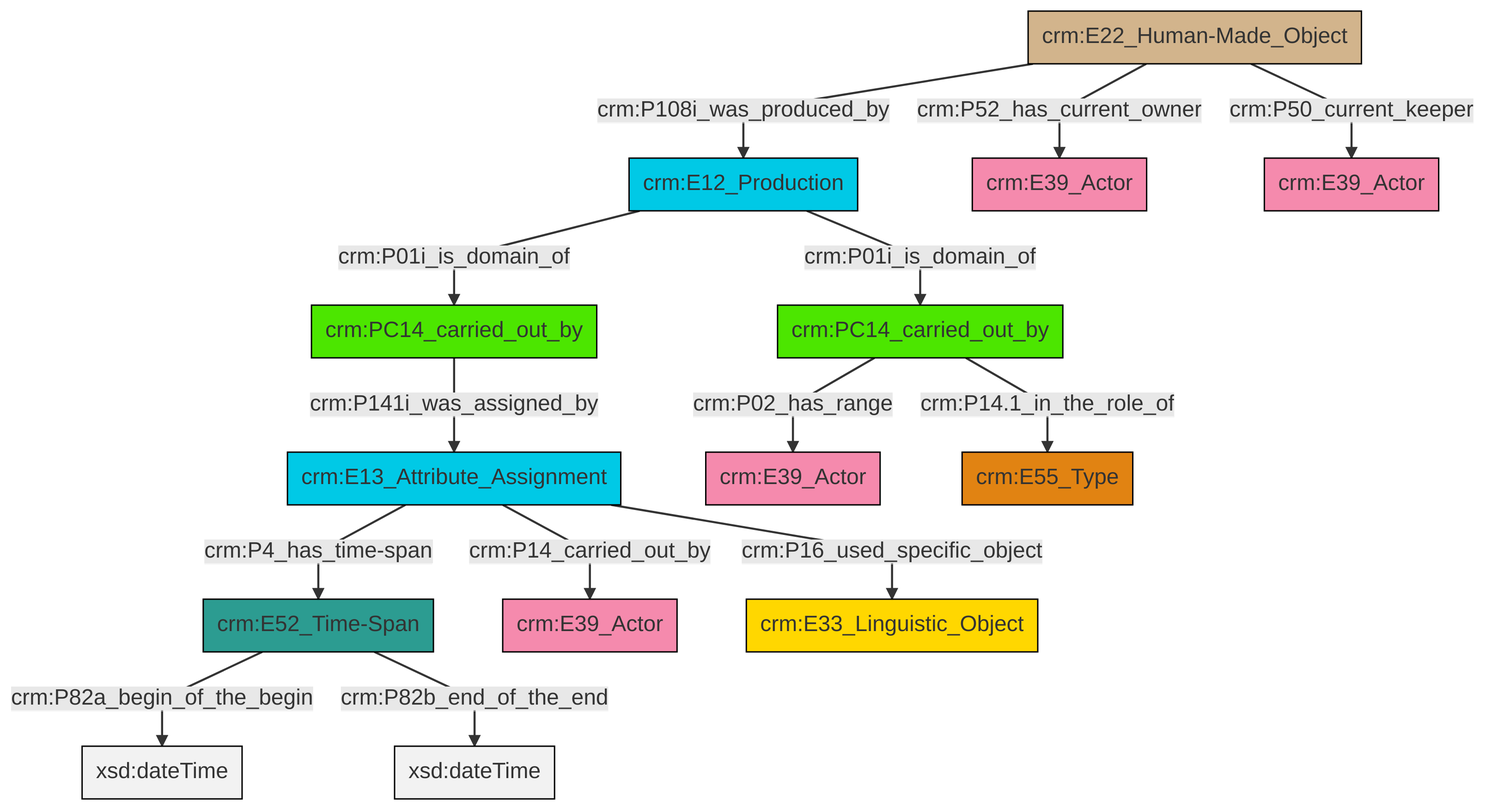
This is et/carrierCSV/ttl/mmd/png/carrier_relations.png from swiss-art-research-net/docs.swissartresearch, a Mermaid export, as it was before one commit. Its source is kept beside it as et/carrierCSV/ttl/mmd/carrier_relations.ttl.mmd.
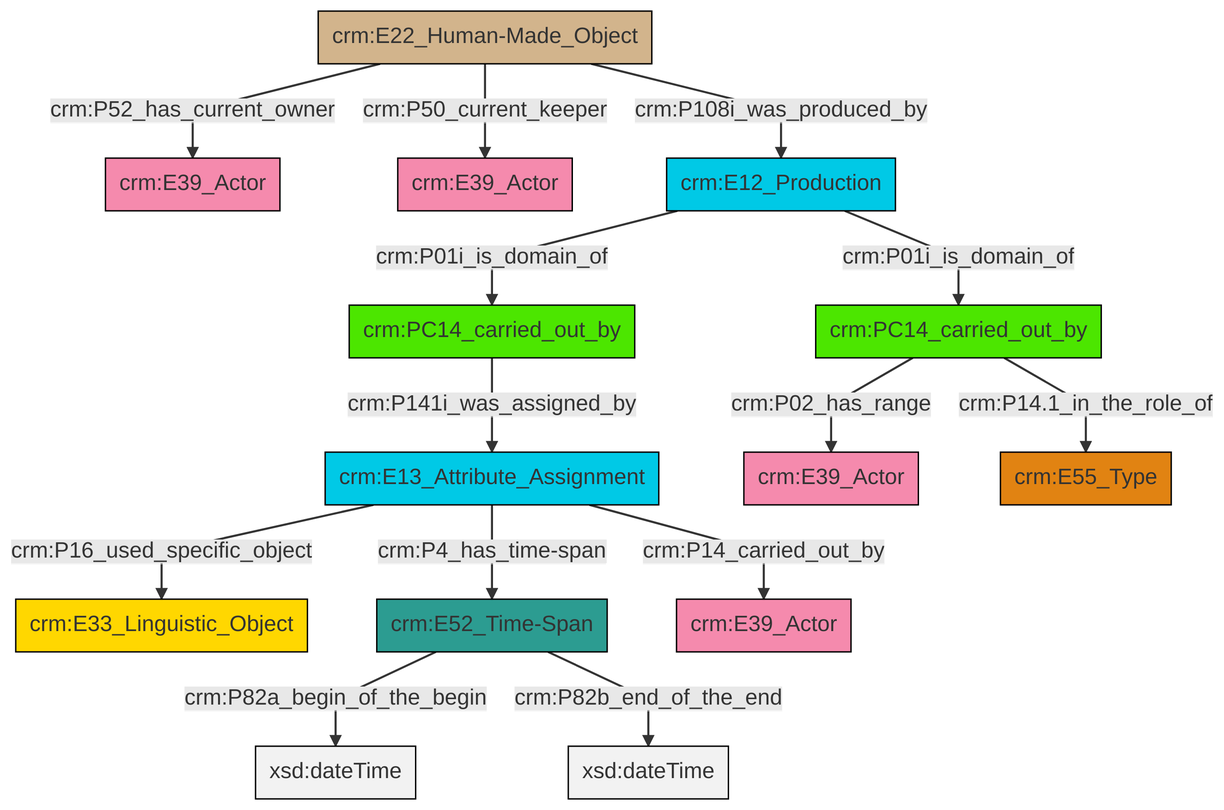
Later version of the same file.

Diff of the diagram source:
```diff
@@ -13,16 +13,16 @@
 classDef PC_Classes fill:#4ce600, stroke:#000000;
 classDef Multi fill:#cccccc,stroke:#000000;
 
-0["crm:PC14_carried_out_by"]:::PC_Classes -->|crm:P141i_was_assigned_by| 1["crm:E13_Attribute_Assignment"]:::Temporal_Entity
-1["crm:E13_Attribute_Assignment"]:::Temporal_Entity -->|crm:P4_has_time-span| 6["crm:E52_Time-Span"]:::Time-Span
-7["crm:E12_Production"]:::Temporal_Entity -->|crm:P01i_is_domain_of| 0["crm:PC14_carried_out_by"]:::PC_Classes
-6["crm:E52_Time-Span"]:::Time-Span -->|crm:P82a_begin_of_the_begin| 11[xsd:dateTime]:::Literal
-12["crm:PC14_carried_out_by"]:::PC_Classes -->|crm:P02_has_range| 3["crm:E39_Actor"]:::Actor
-13["crm:E22_Human-Made_Object"]:::Physical_Thing -->|crm:P108i_was_produced_by| 7["crm:E12_Production"]:::Temporal_Entity
-1["crm:E13_Attribute_Assignment"]:::Temporal_Entity -->|crm:P14_carried_out_by| 9["crm:E39_Actor"]:::Actor
-12["crm:PC14_carried_out_by"]:::PC_Classes -->|crm:P14.1_in_the_role_of| 16["crm:E55_Type"]:::Type
-6["crm:E52_Time-Span"]:::Time-Span -->|crm:P82b_end_of_the_end| 18[xsd:dateTime]:::Literal
-7["crm:E12_Production"]:::Temporal_Entity -->|crm:P01i_is_domain_of| 12["crm:PC14_carried_out_by"]:::PC_Classes
-13["crm:E22_Human-Made_Object"]:::Physical_Thing -->|crm:P52_has_current_owner| 19["crm:E39_Actor"]:::Actor
-1["crm:E13_Attribute_Assignment"]:::Temporal_Entity -->|crm:P16_used_specific_object| 14["crm:E33_Linguistic_Object"]:::Conceptual_Object
-13["crm:E22_Human-Made_Object"]:::Physical_Thing -->|crm:P50_current_keeper| 22["crm:E39_Actor"]:::Actor
+0["crm:E12_Production"]:::Temporal_Entity -->|crm:P01i_is_domain_of| 1["crm:PC14_carried_out_by"]:::PC_Classes
+2["crm:PC14_carried_out_by"]:::PC_Classes -->|crm:P02_has_range| 3["crm:E39_Actor"]:::Actor
+6["crm:E22_Human-Made_Object"]:::Physical_Thing -->|crm:P52_has_current_owner| 7["crm:E39_Actor"]:::Actor
+6["crm:E22_Human-Made_Object"]:::Physical_Thing -->|crm:P50_current_keeper| 8["crm:E39_Actor"]:::Actor
+6["crm:E22_Human-Made_Object"]:::Physical_Thing -->|crm:P108i_was_produced_by| 0["crm:E12_Production"]:::Temporal_Entity
+9["crm:E52_Time-Span"]:::Time-Span -->|crm:P82a_begin_of_the_begin| 10[xsd:dateTime]:::Literal
+4["crm:E13_Attribute_Assignment"]:::Temporal_Entity -->|crm:P16_used_specific_object| 11["crm:E33_Linguistic_Object"]:::Conceptual_Object
+9["crm:E52_Time-Span"]:::Time-Span -->|crm:P82b_end_of_the_end| 14[xsd:dateTime]:::Literal
+4["crm:E13_Attribute_Assignment"]:::Temporal_Entity -->|crm:P4_has_time-span| 9["crm:E52_Time-Span"]:::Time-Span
+1["crm:PC14_carried_out_by"]:::PC_Classes -->|crm:P141i_was_assigned_by| 4["crm:E13_Attribute_Assignment"]:::Temporal_Entity
+4["crm:E13_Attribute_Assignment"]:::Temporal_Entity -->|crm:P14_carried_out_by| 19["crm:E39_Actor"]:::Actor
+0["crm:E12_Production"]:::Temporal_Entity -->|crm:P01i_is_domain_of| 2["crm:PC14_carried_out_by"]:::PC_Classes
+2["crm:PC14_carried_out_by"]:::PC_Classes -->|crm:P14.1_in_the_role_of| 16["crm:E55_Type"]:::Type
```
